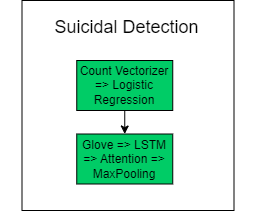
Before: report/suic.png, a diagram exported from draw.io (Better-Call-Soul/Soul-AI). Source tidied: cells renumbered, new cells last; positions are measured from the earlier drawing's top-left corner, leaving out a move shared by most shapes.
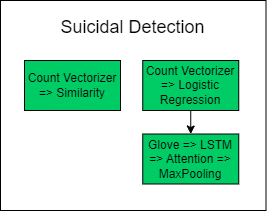
After the commit.

Commit message:
count vectorizer integreation

The edit, as a diff of the source:
```diff
@@ -2,11 +2,11 @@
   <root>
     <mxCell id="0" />
     <mxCell id="1" parent="0" />
-    <mxCell id="2" style="rounded=0;whiteSpace=wrap;html=1;" parent="1" vertex="1">
-      <mxGeometry x="21.5" width="212" height="210" as="geometry" />
-    </mxCell>
+    <mxCell id="7" style="rounded=0;whiteSpace=wrap;html=1;" parent="1" vertex="1">
+      <mxGeometry x="-66" width="265.5" height="210" as="geometry" />
+    </mxCell>
     <mxCell id="3" value="&lt;font style=&quot;font-size: 18px;&quot;&gt;Suicidal Detection&lt;/font&gt;" style="text;html=1;strokeColor=none;fillColor=none;align=center;verticalAlign=middle;whiteSpace=wrap;rounded=0;" parent="1" vertex="1">
-      <mxGeometry y="11.5" width="252.5" height="30" as="geometry" />
+      <mxGeometry x="-60" y="11.5" width="252.5" height="30" as="geometry" />
     </mxCell>
     <mxCell id="4" style="edgeStyle=none;html=1;" parent="1" edge="1" source="5" target="6">
       <mxGeometry relative="1" as="geometry" />
@@ -17,5 +17,8 @@
     <mxCell id="6" value="Glove =&amp;gt; LSTM&lt;br&gt;=&amp;gt; Attention =&amp;gt; MaxPooling" style="rounded=0;whiteSpace=wrap;html=1;fillColor=#00CC66;" parent="1" vertex="1">
       <mxGeometry x="76.2" y="133.5" width="96" height="50" as="geometry" />
     </mxCell>
+    <mxCell id="8" value="Count Vectorizer =&amp;gt; Similarity" style="rounded=0;whiteSpace=wrap;html=1;fillColor=#00CC66;" parent="1" vertex="1">
+      <mxGeometry x="-42" y="60" width="96" height="50" as="geometry" />
+    </mxCell>
   </root>
 </mxGraphModel>
```
